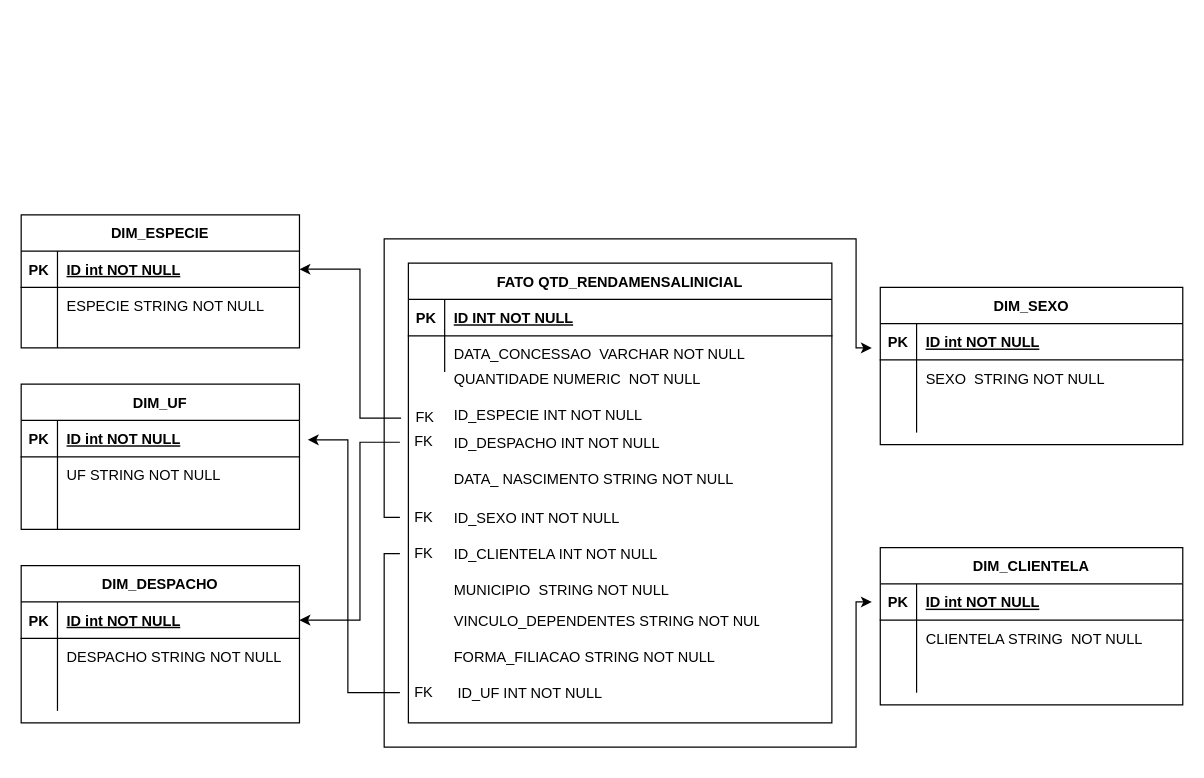
The draw.io diagram Untitled Diagram.drawio in brunamedeiiros/tccpuc, before the edit. Source tidied: cells renumbered, new cells numbered last; positions are measured from the earlier drawing's top-left corner, leaving out a move shared by most shapes. Both pictures are drawn from the tidied source at 121%, with x=0, y=0 at pixel (21, 214).
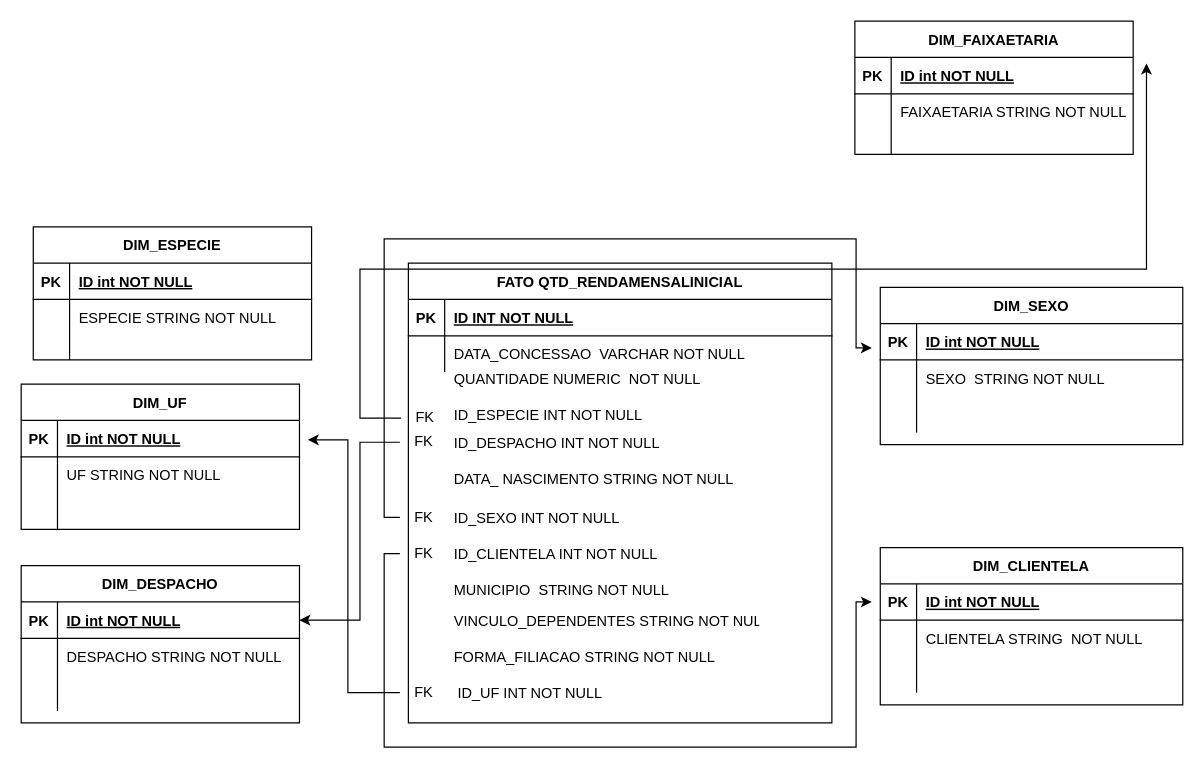
Above is the later version.

The change refers to these unchanged cells:
```xml
<mxCell id="37" value="FK" style="text;html=1;strokeColor=none;fillColor=none;align=center;verticalAlign=middle;whiteSpace=wrap;rounded=0;" parent="1" vertex="1">
  <mxGeometry x="314" y="158" width="40" height="20" as="geometry" />
</mxCell>
```

What changed in the source:
```diff
@@
-    <mxCell id="2" value="DIM_ESPECIE" style="shape=table;startSize=30;childLayout=tableLayout;rowLines=0;fontStyle=1;align=center;" parent="1" vertex="1">
-      <mxGeometry width="230" height="110" as="geometry" />
-    </mxCell>
-    <mxCell id="3" style="shape=partialRectangle;fillColor=none;points=[[0,0.5],[1,0.5]];portConstraint=eastwest;top=0;left=0;right=0;bottom=1;" parent="2" vertex="1">
-      <mxGeometry y="30" width="230" height="30" as="geometry" />
-    </mxCell>
-    <mxCell id="4" value="PK" style="shape=partialRectangle;overflow=hidden;fillColor=none;top=0;left=0;bottom=0;right=0;fontStyle=1;" parent="3" vertex="1">
-      <mxGeometry width="30" height="30" as="geometry" />
-    </mxCell>
-    <mxCell id="5" value="ID int NOT NULL " style="shape=partialRectangle;overflow=hidden;fillColor=none;top=0;left=0;bottom=0;right=0;align=left;spacingLeft=6;fontStyle=5;" parent="3" vertex="1">
-      <mxGeometry x="30" width="200" height="30" as="geometry" />
-    </mxCell>
-    <mxCell id="6" style="shape=partialRectangle;fillColor=none;top=0;left=0;right=0;bottom=0;" parent="2" vertex="1">
-      <mxGeometry y="60" width="230" height="30" as="geometry" />
-    </mxCell>
-    <mxCell id="7" style="shape=partialRectangle;overflow=hidden;fillColor=none;top=0;left=0;bottom=0;right=0;" parent="6" vertex="1">
-      <mxGeometry width="30" height="30" as="geometry" />
-    </mxCell>
-    <mxCell id="8" value="ESPECIE STRING NOT NULL" style="shape=partialRectangle;overflow=hidden;fillColor=none;top=0;left=0;bottom=0;right=0;align=left;spacingLeft=6;" parent="6" vertex="1">
-      <mxGeometry x="30" width="200" height="30" as="geometry" />
-    </mxCell>
-    <mxCell id="9" style="shape=partialRectangle;fillColor=none;top=0;left=0;right=0;bottom=0;" parent="2" vertex="1">
-      <mxGeometry y="90" width="230" height="20" as="geometry" />
-    </mxCell>
-    <mxCell id="10" style="shape=partialRectangle;overflow=hidden;fillColor=none;top=0;left=0;bottom=0;right=0;" parent="9" vertex="1">
-      <mxGeometry width="30" height="20" as="geometry" />
-    </mxCell>
-    <mxCell id="11" style="shape=partialRectangle;overflow=hidden;fillColor=none;top=0;left=0;bottom=0;right=0;align=left;spacingLeft=6;" parent="9" vertex="1">
-      <mxGeometry x="30" width="200" height="20" as="geometry" />
-    </mxCell>
@@
-    <mxCell id="36" style="edgeStyle=orthogonalEdgeStyle;rounded=0;jettySize=auto;html=1;entryX=1;entryY=0.5;entryDx=0;entryDy=0;" parent="1" edge="1" source="37" target="3">
+    <mxCell id="36" style="edgeStyle=orthogonalEdgeStyle;rounded=0;jettySize=auto;html=1;entryX=1;entryY=0.5;entryDx=0;entryDy=0;" parent="1" edge="1" source="37">
       <mxGeometry relative="1" as="geometry">
+        <mxPoint x="930" y="-125" as="targetPoint" />
         <Array as="points">
           <mxPoint x="280" y="168" />
           <mxPoint x="280" y="45" />
         </Array>
       </mxGeometry>
     </mxCell>
@@
+    <mxCell id="2" value="DIM_ESPECIE" style="shape=table;startSize=30;childLayout=tableLayout;rowLines=0;fontStyle=1;align=center;" parent="1" vertex="1">
+      <mxGeometry x="10" y="10" width="230" height="110" as="geometry" />
+    </mxCell>
+    <mxCell id="81" style="shape=partialRectangle;fillColor=none;top=0;left=0;right=0;bottom=1;" parent="2" vertex="1">
+      <mxGeometry y="30" width="230" height="30" as="geometry" />
+    </mxCell>
+    <mxCell id="82" value="PK" style="shape=partialRectangle;overflow=hidden;fillColor=none;top=0;left=0;bottom=0;right=0;fontStyle=1;" parent="81" vertex="1">
+      <mxGeometry width="30" height="30" as="geometry" />
+    </mxCell>
+    <mxCell id="83" value="ID int NOT NULL " style="shape=partialRectangle;overflow=hidden;fillColor=none;top=0;left=0;bottom=0;right=0;align=left;spacingLeft=6;fontStyle=5;" parent="81" vertex="1">
+      <mxGeometry x="30" width="200" height="30" as="geometry" />
+    </mxCell>
+    <mxCell id="84" style="shape=partialRectangle;fillColor=none;top=0;left=0;right=0;bottom=0;" parent="2" vertex="1">
+      <mxGeometry y="60" width="230" height="30" as="geometry" />
+    </mxCell>
+    <mxCell id="85" style="shape=partialRectangle;overflow=hidden;fillColor=none;top=0;left=0;bottom=0;right=0;" parent="84" vertex="1">
+      <mxGeometry width="30" height="30" as="geometry" />
+    </mxCell>
+    <mxCell id="8" value="ESPECIE STRING NOT NULL" style="shape=partialRectangle;overflow=hidden;fillColor=none;top=0;left=0;bottom=0;right=0;align=left;spacingLeft=6;" parent="84" vertex="1">
+      <mxGeometry x="30" width="200" height="30" as="geometry" />
+    </mxCell>
+    <mxCell id="86" style="shape=partialRectangle;fillColor=none;top=0;left=0;right=0;bottom=0;" parent="2" vertex="1">
+      <mxGeometry y="90" width="230" height="20" as="geometry" />
+    </mxCell>
+    <mxCell id="87" style="shape=partialRectangle;overflow=hidden;fillColor=none;top=0;left=0;bottom=0;right=0;" parent="86" vertex="1">
+      <mxGeometry width="30" height="20" as="geometry" />
+    </mxCell>
+    <mxCell id="88" style="shape=partialRectangle;overflow=hidden;fillColor=none;top=0;left=0;bottom=0;right=0;align=left;spacingLeft=6;" parent="86" vertex="1">
+      <mxGeometry x="30" width="200" height="20" as="geometry" />
+    </mxCell>
+    <mxCell id="89" value="DIM_FAIXAETARIA" style="shape=table;startSize=30;childLayout=tableLayout;rowLines=0;fontStyle=1;align=center;" parent="1" vertex="1">
+      <mxGeometry x="689" y="-160" width="230" height="110" as="geometry" />
+    </mxCell>
+    <mxCell id="90" style="shape=partialRectangle;fillColor=none;top=0;left=0;right=0;bottom=1;" parent="89" vertex="1">
+      <mxGeometry y="30" width="230" height="30" as="geometry" />
+    </mxCell>
+    <mxCell id="91" value="PK" style="shape=partialRectangle;overflow=hidden;fillColor=none;top=0;left=0;bottom=0;right=0;fontStyle=1;" parent="90" vertex="1">
+      <mxGeometry width="30" height="30" as="geometry" />
+    </mxCell>
+    <mxCell id="92" value="ID int NOT NULL " style="shape=partialRectangle;overflow=hidden;fillColor=none;top=0;left=0;bottom=0;right=0;align=left;spacingLeft=6;fontStyle=5;" parent="90" vertex="1">
+      <mxGeometry x="30" width="200" height="30" as="geometry" />
+    </mxCell>
+    <mxCell id="93" style="shape=partialRectangle;fillColor=none;top=0;left=0;right=0;bottom=0;" parent="89" vertex="1">
+      <mxGeometry y="60" width="230" height="30" as="geometry" />
+    </mxCell>
+    <mxCell id="94" style="shape=partialRectangle;overflow=hidden;fillColor=none;top=0;left=0;bottom=0;right=0;" parent="93" vertex="1">
+      <mxGeometry width="30" height="30" as="geometry" />
+    </mxCell>
+    <mxCell id="95" value="FAIXAETARIA STRING NOT NULL" style="shape=partialRectangle;overflow=hidden;fillColor=none;top=0;left=0;bottom=0;right=0;align=left;spacingLeft=6;" parent="93" vertex="1">
+      <mxGeometry x="30" width="200" height="30" as="geometry" />
+    </mxCell>
+    <mxCell id="96" style="shape=partialRectangle;fillColor=none;top=0;left=0;right=0;bottom=0;" parent="89" vertex="1">
+      <mxGeometry y="90" width="230" height="20" as="geometry" />
+    </mxCell>
+    <mxCell id="97" style="shape=partialRectangle;overflow=hidden;fillColor=none;top=0;left=0;bottom=0;right=0;" parent="96" vertex="1">
+      <mxGeometry width="30" height="20" as="geometry" />
+    </mxCell>
+    <mxCell id="98" style="shape=partialRectangle;overflow=hidden;fillColor=none;top=0;left=0;bottom=0;right=0;align=left;spacingLeft=6;" parent="96" vertex="1">
+      <mxGeometry x="30" width="200" height="20" as="geometry" />
+    </mxCell>
```
